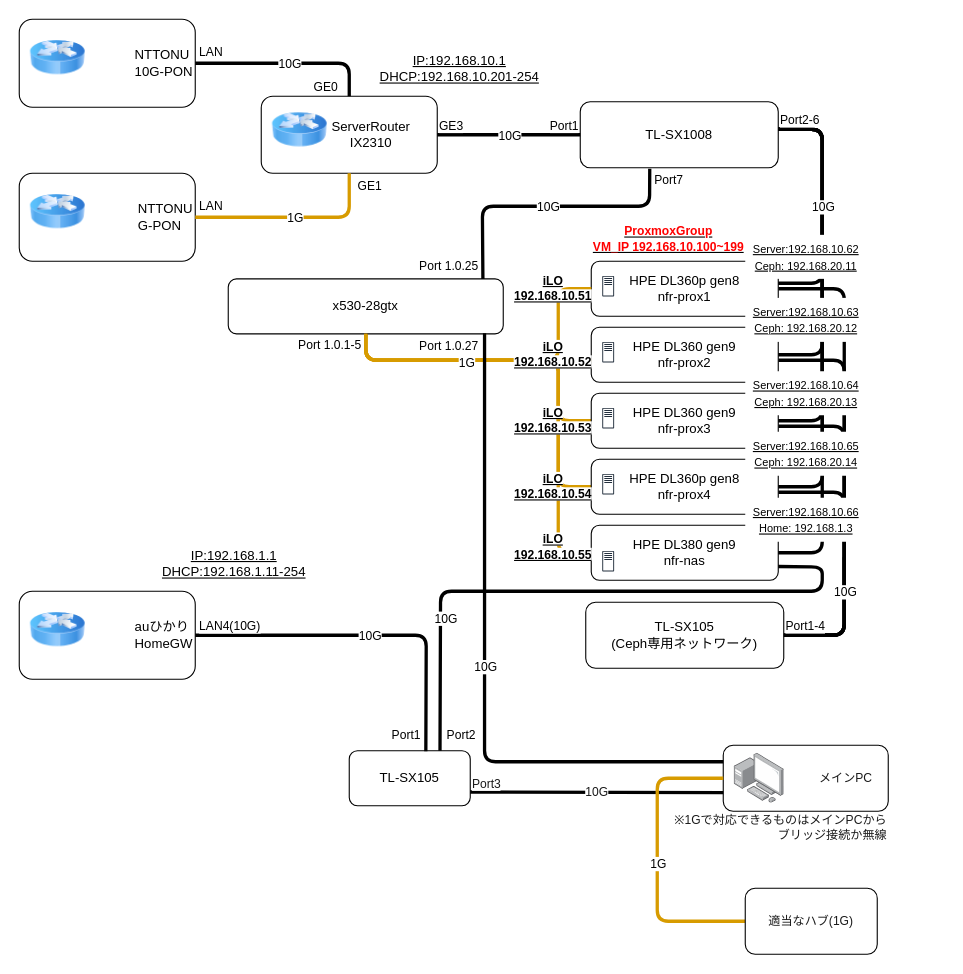
Earlier version of the draw.io diagram diagram/NFRNetworks_Home.drawio (khr245/NFRServer-Kubernetes). Source tidied: cells renumbered, new cells numbered last; positions are measured from the earlier drawing's top-left corner, leaving out a move shared by most shapes. Both pictures are drawn from the tidied source at 110%, with x=0, y=0 at pixel (19, 19).
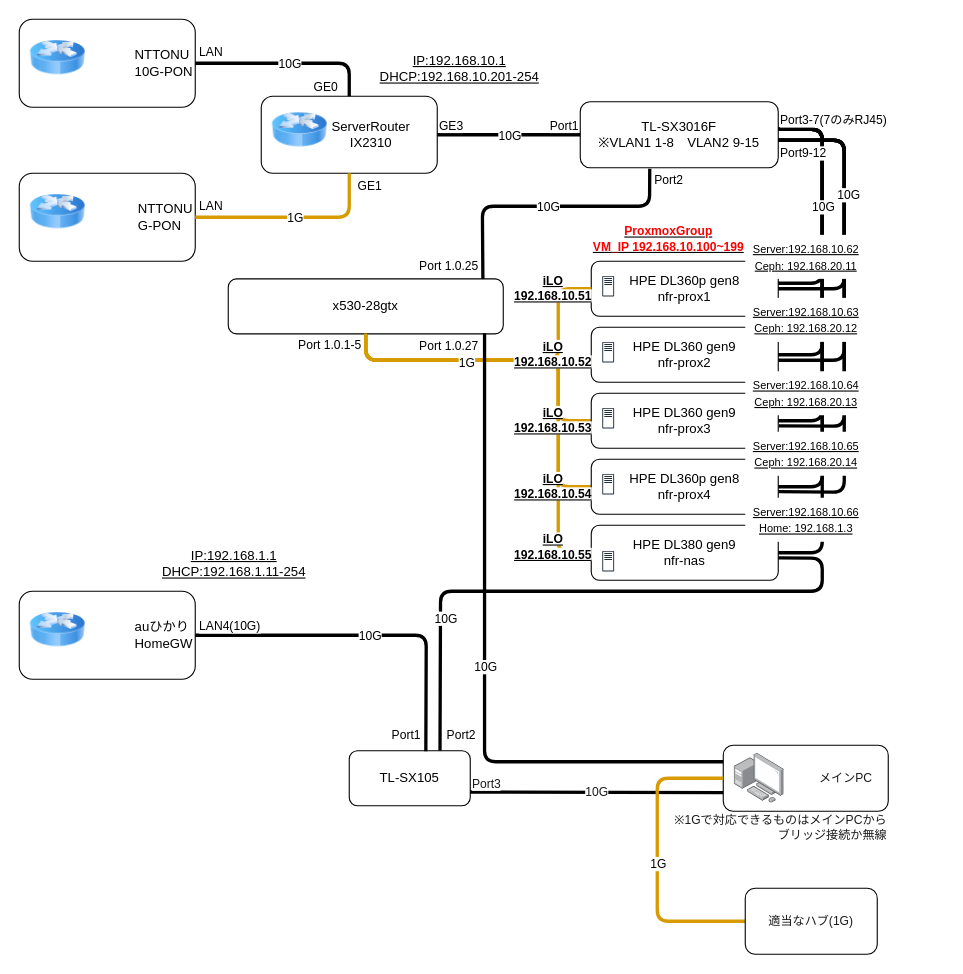
The same diagram, later.

Unchanged cells that the change refers to:
```xml
<mxCell id="37" value="HPE DL360p gen8&lt;br&gt;nfr-prox1" style="rounded=1;whiteSpace=wrap;html=1;" parent="36" vertex="1">
  <mxGeometry width="170" height="50" as="geometry" />
</mxCell>
<mxCell id="43" value="HPE DL360 gen9&lt;br&gt;nfr-prox3" style="rounded=1;whiteSpace=wrap;html=1;" parent="42" vertex="1">
  <mxGeometry width="170" height="50" as="geometry" />
</mxCell>
<mxCell id="46" value="HPE DL360p gen8&lt;br&gt;nfr-prox4" style="rounded=1;whiteSpace=wrap;html=1;" parent="45" vertex="1">
  <mxGeometry width="170" height="50" as="geometry" />
</mxCell>
<mxCell id="50" value="HPE DL380 gen9&lt;br&gt;nfr-nas" style="rounded=1;whiteSpace=wrap;html=1;" parent="49" vertex="1">
  <mxGeometry y="-10" width="170" height="50" as="geometry" />
</mxCell>
<mxCell id="55" style="endArrow=none;html=1;rounded=1;strokeWidth=3;endFill=0;" parent="1" edge="1">
  <mxGeometry relative="1" as="geometry">
    <mxPoint x="690" y="100" as="sourcePoint" />
    <mxPoint x="690" y="240" as="targetPoint" />
    <Array as="points">
      <mxPoint x="730" y="100" />
      <mxPoint x="730" y="240" />
    </Array>
  </mxGeometry>
</mxCell>
<mxCell id="59" style="endArrow=none;html=1;rounded=1;strokeWidth=3;entryX=0.351;entryY=1.016;entryDx=0;entryDy=0;endFill=0;entryPerimeter=0;exitX=0.926;exitY=0.003;exitDx=0;exitDy=0;exitPerimeter=0;" parent="1" edge="1" source="58" target="31">
  <mxGeometry relative="1" as="geometry">
    <Array as="points">
      <mxPoint x="421" y="170" />
      <mxPoint x="573" y="170" />
    </Array>
  </mxGeometry>
</mxCell>
<mxCell id="89" value="TL-SX105" style="rounded=1;whiteSpace=wrap;html=1;" parent="1" vertex="1">
  <mxGeometry x="300" y="665" width="110" height="50" as="geometry" />
</mxCell>
```

Change to the diagram source:
```diff
@@
-    <mxCell id="2" style="endArrow=none;html=1;rounded=1;strokeWidth=3;endFill=0;entryX=1;entryY=0.5;entryDx=0;entryDy=0;exitX=1;exitY=0.5;exitDx=0;exitDy=0;" parent="1" edge="1" source="37" target="72">
-      <mxGeometry relative="1" as="geometry">
-        <Array as="points">
-          <mxPoint x="750" y="245" />
-          <mxPoint x="750" y="560" />
-        </Array>
-      </mxGeometry>
-    </mxCell>
-    <mxCell id="3" style="endArrow=none;html=1;rounded=1;strokeWidth=3;endFill=0;entryX=1;entryY=0.5;entryDx=0;entryDy=0;" parent="1" edge="1" target="72">
-      <mxGeometry relative="1" as="geometry">
-        <mxPoint x="690" y="310" as="sourcePoint" />
-        <Array as="points">
-          <mxPoint x="750" y="310" />
-          <mxPoint x="750" y="560" />
-        </Array>
-      </mxGeometry>
-    </mxCell>
-    <mxCell id="4" style="endArrow=none;html=1;rounded=1;strokeWidth=3;endFill=0;" parent="1" edge="1">
-      <mxGeometry relative="1" as="geometry">
-        <mxPoint x="690" y="370" as="sourcePoint" />
-        <mxPoint x="700" y="560" as="targetPoint" />
-        <Array as="points">
-          <mxPoint x="750" y="370" />
-          <mxPoint x="750" y="560" />
-        </Array>
-      </mxGeometry>
-    </mxCell>
-    <mxCell id="5" style="endArrow=none;html=1;rounded=1;strokeWidth=3;endFill=0;" parent="1" edge="1">
-      <mxGeometry relative="1" as="geometry">
-        <mxPoint x="690" y="430" as="sourcePoint" />
-        <mxPoint x="700" y="560" as="targetPoint" />
-        <Array as="points">
-          <mxPoint x="750" y="430" />
-          <mxPoint x="750" y="560" />
-        </Array>
-      </mxGeometry>
-    </mxCell>
@@
-    <mxCell id="31" value="TL-SX1008" style="rounded=1;whiteSpace=wrap;html=1;" parent="1" vertex="1">
+    <mxCell id="31" value="&lt;div&gt;TL-SX3016F&lt;/div&gt;&lt;div&gt;※VLAN1 1-8　&lt;span style=&quot;background-color: initial;&quot;&gt;VLAN2 9-15&lt;/span&gt;&lt;/div&gt;" style="rounded=1;whiteSpace=wrap;html=1;" parent="1" vertex="1">
       <mxGeometry x="510" y="75" width="180" height="60" as="geometry" />
     </mxCell>
@@
-    <mxCell id="56" value="Port2-6" style="edgeLabel;html=1;align=left;verticalAlign=bottom;" parent="55" vertex="1">
+    <mxCell id="56" value="Port3-7(7のみRJ45)" style="edgeLabel;html=1;align=left;verticalAlign=bottom;" parent="55" vertex="1">
       <mxGeometry x="-1" relative="1" as="geometry" />
     </mxCell>
@@
-    <mxCell id="62" value="Port7" style="edgeLabel;html=1;align=right;verticalAlign=bottom;spacing=-2;" parent="59" vertex="1">
+    <mxCell id="62" value="Port2" style="edgeLabel;html=1;align=right;verticalAlign=bottom;spacing=-2;" parent="59" vertex="1">
       <mxGeometry x="1" relative="1" as="geometry">
         <mxPoint x="27" y="14" as="offset" />
       </mxGeometry>
     </mxCell>
@@
-    <mxCell id="72" value="TL-SX105&lt;br&gt;(Ceph専用ネットワーク)" style="rounded=1;whiteSpace=wrap;html=1;" parent="1" vertex="1">
-      <mxGeometry x="515" y="530" width="180" height="60" as="geometry" />
-    </mxCell>
@@
-    <mxCell id="74" style="endArrow=none;html=1;rounded=1;strokeWidth=3;endFill=0;exitX=1;exitY=0.5;exitDx=0;exitDy=0;" parent="1" edge="1" source="72">
-      <mxGeometry relative="1" as="geometry">
-        <mxPoint x="750" y="489" as="targetPoint" />
-        <Array as="points">
-          <mxPoint x="750" y="560" />
-          <mxPoint x="750" y="489" />
-        </Array>
-      </mxGeometry>
-    </mxCell>
-    <mxCell id="75" value="Port1-4" style="edgeLabel;html=1;align=left;verticalAlign=bottom;" parent="74" vertex="1">
-      <mxGeometry x="-1" relative="1" as="geometry" />
-    </mxCell>
-    <mxCell id="76" value="10G" style="edgeLabel;html=1;align=center;verticalAlign=middle;labelBorderColor=none;labelBackgroundColor=default;" parent="74" vertex="1">
-      <mxGeometry relative="1" as="geometry">
-        <mxPoint y="-32" as="offset" />
-      </mxGeometry>
-    </mxCell>
-    <mxCell id="77" value="&lt;font size=&quot;1&quot;&gt;&lt;u style=&quot;&quot;&gt;&lt;span style=&quot;background-color: rgb(255, 255, 255);&quot;&gt;Server:192.168.10.62&lt;br&gt;Ceph: 192.168.20.11&lt;/span&gt;&lt;br&gt;&lt;/u&gt;&lt;/font&gt;" style="text;html=1;align=center;verticalAlign=middle;strokeColor=none;fillColor=default;" parent="1" vertex="1">
-      <mxGeometry x="660" y="196" width="110" height="40" as="geometry" />
-    </mxCell>
-    <mxCell id="78" value="&lt;font size=&quot;1&quot;&gt;&lt;u style=&quot;&quot;&gt;&lt;span style=&quot;background-color: rgb(255, 255, 255);&quot;&gt;Server:192.168.10.63&lt;br&gt;Ceph: 192.168.20.12&lt;/span&gt;&lt;br&gt;&lt;/u&gt;&lt;/font&gt;" style="text;html=1;align=center;verticalAlign=middle;strokeColor=none;fillColor=default;" parent="1" vertex="1">
-      <mxGeometry x="660" y="253.3" width="110" height="40" as="geometry" />
-    </mxCell>
-    <mxCell id="79" value="&lt;font size=&quot;1&quot;&gt;&lt;u style=&quot;&quot;&gt;&lt;span style=&quot;background-color: rgb(255, 255, 255);&quot;&gt;Server:192.168.10.64&lt;br&gt;Ceph: 192.168.20.13&lt;/span&gt;&lt;br&gt;&lt;/u&gt;&lt;/font&gt;" style="text;html=1;align=center;verticalAlign=middle;strokeColor=none;fillColor=default;" parent="1" vertex="1">
-      <mxGeometry x="660" y="320" width="110" height="40" as="geometry" />
-    </mxCell>
-    <mxCell id="80" value="&lt;font size=&quot;1&quot;&gt;&lt;u style=&quot;&quot;&gt;&lt;span style=&quot;background-color: rgb(255, 255, 255);&quot;&gt;Server:192.168.10.65&lt;br&gt;Ceph: 192.168.20.14&lt;/span&gt;&lt;br&gt;&lt;/u&gt;&lt;/font&gt;" style="text;html=1;align=center;verticalAlign=middle;strokeColor=none;fillColor=default;" parent="1" vertex="1">
-      <mxGeometry x="660" y="375" width="110" height="40" as="geometry" />
-    </mxCell>
@@
-    <mxCell id="90" style="endArrow=none;html=1;rounded=1;strokeWidth=3;endFill=0;entryX=1;entryY=0.75;entryDx=0;entryDy=0;exitX=0.75;exitY=0;exitDx=0;exitDy=0;" parent="1" edge="1" source="89" target="50">
+    <mxCell id="90" style="endArrow=none;html=1;rounded=1;strokeWidth=3;endFill=0;entryX=1;entryY=0.595;entryDx=0;entryDy=0;exitX=0.75;exitY=0;exitDx=0;exitDy=0;entryPerimeter=0;" parent="1" edge="1" source="89" target="50">
       <mxGeometry relative="1" as="geometry">
         <Array as="points">
           <mxPoint x="383" y="520" />
           <mxPoint x="730" y="520" />
-          <mxPoint x="730" y="498" />
+          <mxPoint x="730" y="490" />
         </Array>
       </mxGeometry>
     </mxCell>
@@
+    <mxCell id="105" style="endArrow=none;html=1;rounded=1;strokeWidth=3;endFill=0;entryX=1.001;entryY=0.588;entryDx=0;entryDy=0;entryPerimeter=0;" parent="1" edge="1" target="46">
+      <mxGeometry relative="1" as="geometry">
+        <mxPoint x="690" y="110" as="sourcePoint" />
+        <Array as="points">
+          <mxPoint x="750" y="110" />
+          <mxPoint x="750" y="430" />
+        </Array>
+      </mxGeometry>
+    </mxCell>
+    <mxCell id="106" style="endArrow=none;html=1;rounded=1;strokeWidth=3;endFill=0;entryX=1.003;entryY=0.594;entryDx=0;entryDy=0;entryPerimeter=0;" parent="1" edge="1" target="43">
+      <mxGeometry relative="1" as="geometry">
+        <mxPoint x="690" y="110" as="sourcePoint" />
+        <Array as="points">
+          <mxPoint x="750" y="110" />
+          <mxPoint x="750" y="370" />
+        </Array>
+      </mxGeometry>
+    </mxCell>
+    <mxCell id="107" style="endArrow=none;html=1;rounded=1;strokeWidth=3;endFill=0;" parent="1" edge="1">
+      <mxGeometry relative="1" as="geometry">
+        <mxPoint x="690" y="110" as="sourcePoint" />
+        <mxPoint x="690" y="310" as="targetPoint" />
+        <Array as="points">
+          <mxPoint x="750" y="110" />
+          <mxPoint x="750" y="310" />
+        </Array>
+      </mxGeometry>
+    </mxCell>
+    <mxCell id="108" style="endArrow=none;html=1;rounded=1;strokeWidth=3;endFill=0;entryX=1;entryY=0.5;entryDx=0;entryDy=0;" parent="1" edge="1" target="37">
+      <mxGeometry relative="1" as="geometry">
+        <mxPoint x="690" y="110" as="sourcePoint" />
+        <Array as="points">
+          <mxPoint x="750" y="110" />
+          <mxPoint x="750" y="245" />
+        </Array>
+      </mxGeometry>
+    </mxCell>
+    <mxCell id="80" value="&lt;font size=&quot;1&quot;&gt;&lt;u style=&quot;&quot;&gt;&lt;span style=&quot;background-color: rgb(255, 255, 255);&quot;&gt;Server:192.168.10.65&lt;br&gt;Ceph: 192.168.20.14&lt;/span&gt;&lt;br&gt;&lt;/u&gt;&lt;/font&gt;" style="text;html=1;align=center;verticalAlign=middle;strokeColor=none;fillColor=default;" parent="1" vertex="1">
+      <mxGeometry x="660" y="375" width="110" height="40" as="geometry" />
+    </mxCell>
+    <mxCell id="79" value="&lt;font size=&quot;1&quot;&gt;&lt;u style=&quot;&quot;&gt;&lt;span style=&quot;background-color: rgb(255, 255, 255);&quot;&gt;Server:192.168.10.64&lt;br&gt;Ceph: 192.168.20.13&lt;/span&gt;&lt;br&gt;&lt;/u&gt;&lt;/font&gt;" style="text;html=1;align=center;verticalAlign=middle;strokeColor=none;fillColor=default;" parent="1" vertex="1">
+      <mxGeometry x="660" y="320" width="110" height="40" as="geometry" />
+    </mxCell>
+    <mxCell id="78" value="&lt;font size=&quot;1&quot;&gt;&lt;u style=&quot;&quot;&gt;&lt;span style=&quot;background-color: rgb(255, 255, 255);&quot;&gt;Server:192.168.10.63&lt;br&gt;Ceph: 192.168.20.12&lt;/span&gt;&lt;br&gt;&lt;/u&gt;&lt;/font&gt;" style="text;html=1;align=center;verticalAlign=middle;strokeColor=none;fillColor=default;" parent="1" vertex="1">
+      <mxGeometry x="660" y="253.3" width="110" height="40" as="geometry" />
+    </mxCell>
+    <mxCell id="77" value="&lt;font size=&quot;1&quot;&gt;&lt;u style=&quot;&quot;&gt;&lt;span style=&quot;background-color: rgb(255, 255, 255);&quot;&gt;Server:192.168.10.62&lt;br&gt;Ceph: 192.168.20.11&lt;/span&gt;&lt;br&gt;&lt;/u&gt;&lt;/font&gt;" style="text;html=1;align=center;verticalAlign=middle;strokeColor=none;fillColor=default;" parent="1" vertex="1">
+      <mxGeometry x="660" y="196" width="110" height="40" as="geometry" />
+    </mxCell>
+    <mxCell id="76" value="10G" style="edgeLabel;html=1;align=center;verticalAlign=middle;labelBorderColor=none;labelBackgroundColor=default;" parent="1" vertex="1">
+      <mxGeometry x="750" y="180" as="geometry">
+        <mxPoint x="3" y="-21" as="offset" />
+      </mxGeometry>
+    </mxCell>
+    <mxCell id="109" value="Port9-12" style="edgeLabel;html=1;align=left;verticalAlign=bottom;" parent="1" vertex="1">
+      <mxGeometry x="690" y="130" as="geometry" />
+    </mxCell>
```
